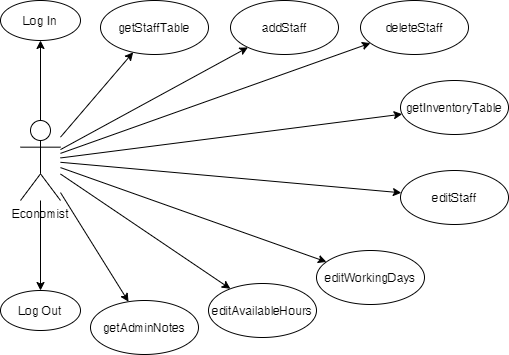
Earlier version of the draw.io export Diagrams/UML/UseCases/Economist.png (renttrent/Techengers). Source tidied: cells renumbered, new cells last; positions are measured from the earlier drawing's top-left corner, leaving out a move shared by most shapes. Its diagram source:
```xml
<mxGraphModel>
  <root>
    <mxCell id="0" />
    <mxCell id="1" parent="0" />
    <mxCell id="2" style="edgeStyle=orthogonalEdgeStyle;rounded=0;jettySize=auto;html=1;entryX=0.5;entryY=1;entryDx=0;entryDy=0;" parent="1" edge="1" source="12" target="13">
      <mxGeometry relative="1" as="geometry" />
    </mxCell>
    <mxCell id="3" style="edgeStyle=orthogonalEdgeStyle;rounded=0;jettySize=auto;html=1;" parent="1" edge="1" source="12" target="14">
      <mxGeometry relative="1" as="geometry" />
    </mxCell>
    <mxCell id="4" style="rounded=0;jettySize=auto;html=1;" parent="1" edge="1" source="12" target="18">
      <mxGeometry relative="1" as="geometry" />
    </mxCell>
    <mxCell id="5" style="edgeStyle=none;rounded=0;jettySize=auto;html=1;" parent="1" edge="1" source="12" target="19">
      <mxGeometry relative="1" as="geometry" />
    </mxCell>
    <mxCell id="6" style="edgeStyle=none;rounded=0;jettySize=auto;html=1;" parent="1" edge="1" source="12" target="20">
      <mxGeometry relative="1" as="geometry" />
    </mxCell>
    <mxCell id="7" style="edgeStyle=none;rounded=0;jettySize=auto;html=1;" parent="1" edge="1" source="12" target="21">
      <mxGeometry relative="1" as="geometry" />
    </mxCell>
    <mxCell id="8" style="edgeStyle=none;rounded=0;jettySize=auto;html=1;" parent="1" edge="1" source="12" target="16">
      <mxGeometry relative="1" as="geometry" />
    </mxCell>
    <mxCell id="9" style="edgeStyle=none;rounded=0;jettySize=auto;html=1;" parent="1" edge="1" source="12" target="15">
      <mxGeometry relative="1" as="geometry" />
    </mxCell>
    <mxCell id="10" style="edgeStyle=none;rounded=0;jettySize=auto;html=1;" parent="1" edge="1" source="12" target="17">
      <mxGeometry relative="1" as="geometry" />
    </mxCell>
    <mxCell id="11" style="edgeStyle=none;rounded=0;jettySize=auto;html=1;" parent="1" edge="1" source="12" target="22">
      <mxGeometry relative="1" as="geometry" />
    </mxCell>
    <mxCell id="12" value="Economist" style="shape=umlActor;verticalLabelPosition=bottom;verticalAlign=top;html=1;outlineConnect=0;" parent="1" vertex="1">
      <mxGeometry x="20" y="120" width="40" height="80" as="geometry" />
    </mxCell>
    <mxCell id="13" value="Log In" style="ellipse;whiteSpace=wrap;html=1;" parent="1" vertex="1">
      <mxGeometry width="80" height="40" as="geometry" />
    </mxCell>
    <mxCell id="14" value="Log Out" style="ellipse;whiteSpace=wrap;html=1;" parent="1" vertex="1">
      <mxGeometry y="290" width="80" height="40" as="geometry" />
    </mxCell>
    <mxCell id="15" value="editAvailableHours" style="ellipse;whiteSpace=wrap;html=1;" parent="1" vertex="1">
      <mxGeometry x="208" y="283" width="108" height="54" as="geometry" />
    </mxCell>
    <mxCell id="16" value="editWorkingDays" style="ellipse;whiteSpace=wrap;html=1;" parent="1" vertex="1">
      <mxGeometry x="316" y="250" width="108" height="54" as="geometry" />
    </mxCell>
    <mxCell id="17" value="getAdminNotes" style="ellipse;whiteSpace=wrap;html=1;" parent="1" vertex="1">
      <mxGeometry x="90" y="300" width="108" height="54" as="geometry" />
    </mxCell>
    <mxCell id="18" value="getStaffTable" style="ellipse;whiteSpace=wrap;html=1;" parent="1" vertex="1">
      <mxGeometry x="100" width="108" height="54" as="geometry" />
    </mxCell>
    <mxCell id="19" value="addStaff" style="ellipse;whiteSpace=wrap;html=1;" parent="1" vertex="1">
      <mxGeometry x="230" width="108" height="54" as="geometry" />
    </mxCell>
    <mxCell id="20" value="deleteStaff" style="ellipse;whiteSpace=wrap;html=1;" parent="1" vertex="1">
      <mxGeometry x="360" width="108" height="54" as="geometry" />
    </mxCell>
    <mxCell id="21" value="editStaff" style="ellipse;whiteSpace=wrap;html=1;" parent="1" vertex="1">
      <mxGeometry x="400" y="170" width="108" height="54" as="geometry" />
    </mxCell>
    <mxCell id="22" value="getInventoryTable" style="ellipse;whiteSpace=wrap;html=1;" parent="1" vertex="1">
      <mxGeometry x="400" y="80" width="108" height="54" as="geometry" />
    </mxCell>
  </root>
</mxGraphModel>
```
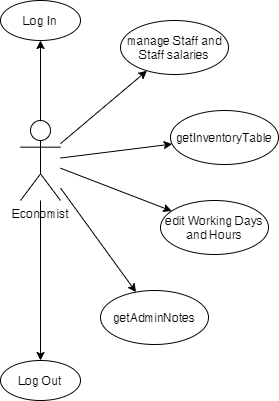
Above is the later version.

Change to the diagram source:
```diff
@@ -11,21 +11,9 @@
     <mxCell id="4" style="rounded=0;jettySize=auto;html=1;" parent="1" edge="1" source="12" target="18">
       <mxGeometry relative="1" as="geometry" />
     </mxCell>
-    <mxCell id="5" style="edgeStyle=none;rounded=0;jettySize=auto;html=1;" parent="1" edge="1" source="12" target="19">
-      <mxGeometry relative="1" as="geometry" />
-    </mxCell>
-    <mxCell id="6" style="edgeStyle=none;rounded=0;jettySize=auto;html=1;" parent="1" edge="1" source="12" target="20">
-      <mxGeometry relative="1" as="geometry" />
-    </mxCell>
-    <mxCell id="7" style="edgeStyle=none;rounded=0;jettySize=auto;html=1;" parent="1" edge="1" source="12" target="21">
-      <mxGeometry relative="1" as="geometry" />
-    </mxCell>
     <mxCell id="8" style="edgeStyle=none;rounded=0;jettySize=auto;html=1;" parent="1" edge="1" source="12" target="16">
       <mxGeometry relative="1" as="geometry" />
     </mxCell>
-    <mxCell id="9" style="edgeStyle=none;rounded=0;jettySize=auto;html=1;" parent="1" edge="1" source="12" target="15">
-      <mxGeometry relative="1" as="geometry" />
-    </mxCell>
     <mxCell id="10" style="edgeStyle=none;rounded=0;jettySize=auto;html=1;" parent="1" edge="1" source="12" target="17">
       <mxGeometry relative="1" as="geometry" />
     </mxCell>
@@ -39,31 +27,19 @@
       <mxGeometry width="80" height="40" as="geometry" />
     </mxCell>
     <mxCell id="14" value="Log Out" style="ellipse;whiteSpace=wrap;html=1;" parent="1" vertex="1">
-      <mxGeometry y="290" width="80" height="40" as="geometry" />
+      <mxGeometry y="360" width="80" height="40" as="geometry" />
     </mxCell>
-    <mxCell id="15" value="editAvailableHours" style="ellipse;whiteSpace=wrap;html=1;" parent="1" vertex="1">
-      <mxGeometry x="208" y="283" width="108" height="54" as="geometry" />
-    </mxCell>
-    <mxCell id="16" value="editWorkingDays" style="ellipse;whiteSpace=wrap;html=1;" parent="1" vertex="1">
-      <mxGeometry x="316" y="250" width="108" height="54" as="geometry" />
+    <mxCell id="16" value="edit Working Days and Hours" style="ellipse;whiteSpace=wrap;html=1;" parent="1" vertex="1">
+      <mxGeometry x="160" y="200" width="108" height="54" as="geometry" />
     </mxCell>
     <mxCell id="17" value="getAdminNotes" style="ellipse;whiteSpace=wrap;html=1;" parent="1" vertex="1">
-      <mxGeometry x="90" y="300" width="108" height="54" as="geometry" />
+      <mxGeometry x="100" y="290" width="108" height="54" as="geometry" />
     </mxCell>
-    <mxCell id="18" value="getStaffTable" style="ellipse;whiteSpace=wrap;html=1;" parent="1" vertex="1">
-      <mxGeometry x="100" width="108" height="54" as="geometry" />
+    <mxCell id="18" value="manage Staff and Staff salaries" style="ellipse;whiteSpace=wrap;html=1;" parent="1" vertex="1">
+      <mxGeometry x="120" y="20" width="108" height="54" as="geometry" />
     </mxCell>
-    <mxCell id="19" value="addStaff" style="ellipse;whiteSpace=wrap;html=1;" parent="1" vertex="1">
-      <mxGeometry x="230" width="108" height="54" as="geometry" />
-    </mxCell>
-    <mxCell id="20" value="deleteStaff" style="ellipse;whiteSpace=wrap;html=1;" parent="1" vertex="1">
-      <mxGeometry x="360" width="108" height="54" as="geometry" />
-    </mxCell>
-    <mxCell id="21" value="editStaff" style="ellipse;whiteSpace=wrap;html=1;" parent="1" vertex="1">
-      <mxGeometry x="400" y="170" width="108" height="54" as="geometry" />
-    </mxCell>
     <mxCell id="22" value="getInventoryTable" style="ellipse;whiteSpace=wrap;html=1;" parent="1" vertex="1">
-      <mxGeometry x="400" y="80" width="108" height="54" as="geometry" />
+      <mxGeometry x="170" y="110" width="108" height="54" as="geometry" />
     </mxCell>
   </root>
 </mxGraphModel>
```
